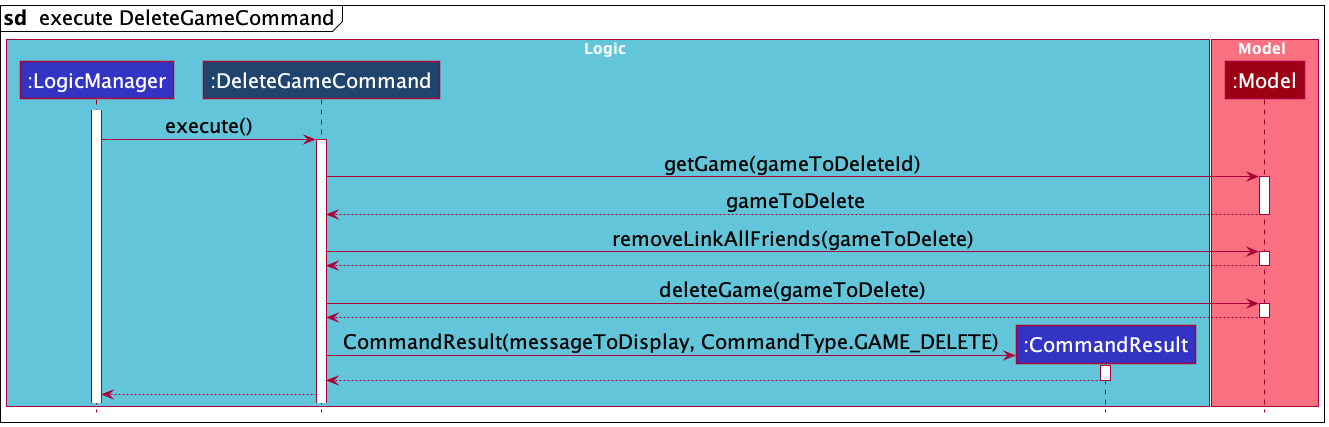
nus-cs2103-AY2122S1/tp keeps this PlantUML diagram as docs/images/DeleteGameSequenceDiagram2.png. Above is the earlier version.
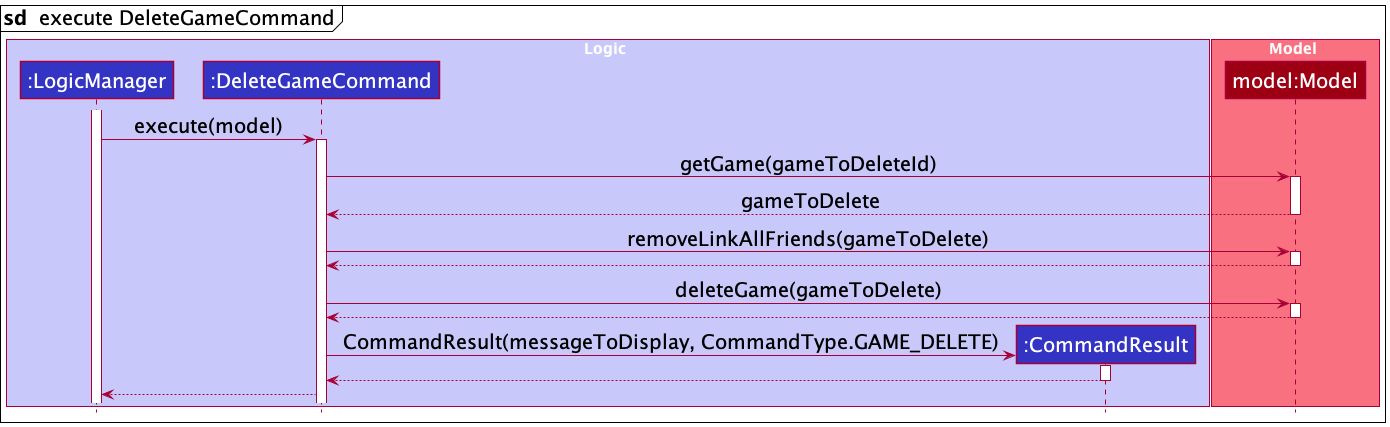
Above is the later version.

The edit, as a diff of the source:
```diff
@@ -4,19 +4,19 @@
 
 mainframe **sd**  execute DeleteGameCommand
 
-box Logic GAME_DELETE_BOX_COLOR
+box Logic LOGIC_COLOR_T1
 participant ":LogicManager" as LogicManager LOGIC_COLOR
-participant ":DeleteGameCommand" as DeleteGameCommand DELETE_GAME_COLOR
+participant ":DeleteGameCommand" as DeleteGameCommand LOGIC_COLOR
 participant ":CommandResult" as CommandResult LOGIC_COLOR
 end box
 
 box Model MODEL_COLOR_T1
-participant ":Model" as Model MODEL_COLOR
+participant "model:Model" as Model MODEL_COLOR
 end box
 
 activate LogicManager
 
-LogicManager -> DeleteGameCommand : execute()
+LogicManager -> DeleteGameCommand : execute(model)
 activate DeleteGameCommand
 
 DeleteGameCommand -> Model : getGame(gameToDeleteId)
```
